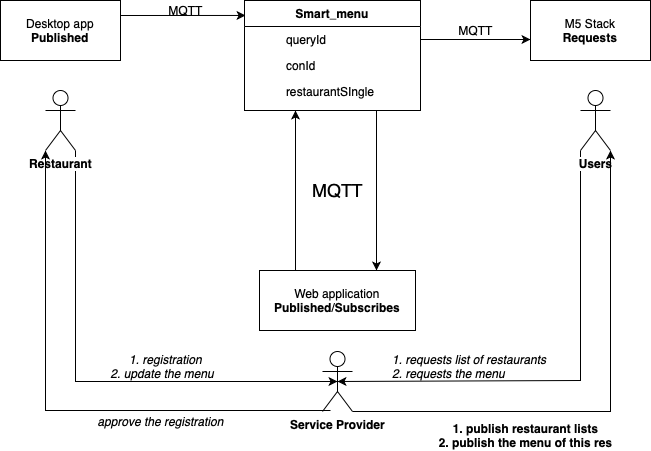
Before: UMLdiagrams/UML2.png, a diagram exported from draw.io (BarrettFrost/Smart_menu-project). Source tidied: cells renumbered, new cells last; positions are measured from the earlier drawing's top-left corner, leaving out a move shared by most shapes.
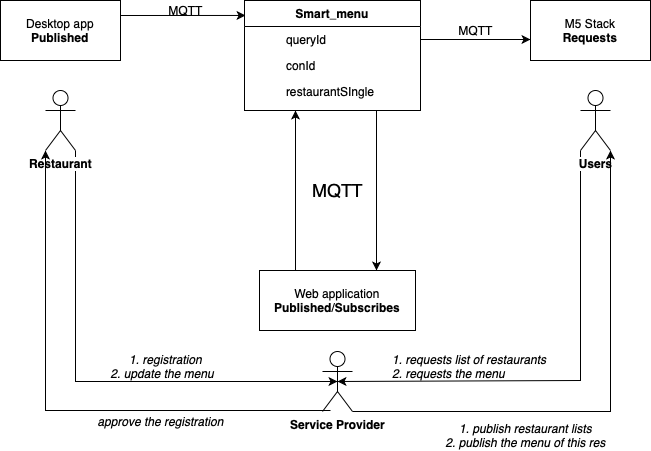
The same diagram one commit later.

Change to the diagram source:
```diff
@@ -106,8 +106,8 @@
     <mxCell id="26" value="&lt;i&gt;1.&amp;nbsp;registration&lt;br&gt;2. update the menu &amp;nbsp;&lt;/i&gt;" style="text;html=1;align=center;verticalAlign=middle;" parent="1" vertex="1">
       <mxGeometry x="100" y="351" width="130" height="30" as="geometry" />
     </mxCell>
-    <mxCell id="27" value="&lt;b&gt;1. publish restaurant lists&lt;br&gt;2. publish the menu of this res&lt;/b&gt;" style="text;html=1;align=center;verticalAlign=middle;" parent="1" vertex="1">
-      <mxGeometry x="430" y="420" width="190" height="30" as="geometry" />
+    <mxCell id="27" value="&lt;i&gt;1. publish restaurant lists&lt;br&gt;2. publish the menu of this res&lt;/i&gt;" style="text;html=1;align=center;verticalAlign=middle;" parent="1" vertex="1">
+      <mxGeometry x="435" y="420" width="180" height="30" as="geometry" />
     </mxCell>
     <mxCell id="28" value="&lt;i&gt;approve the registration&lt;/i&gt;" style="text;html=1;align=center;verticalAlign=middle;" parent="1" vertex="1">
       <mxGeometry x="90" y="411" width="140" height="20" as="geometry" />
```
